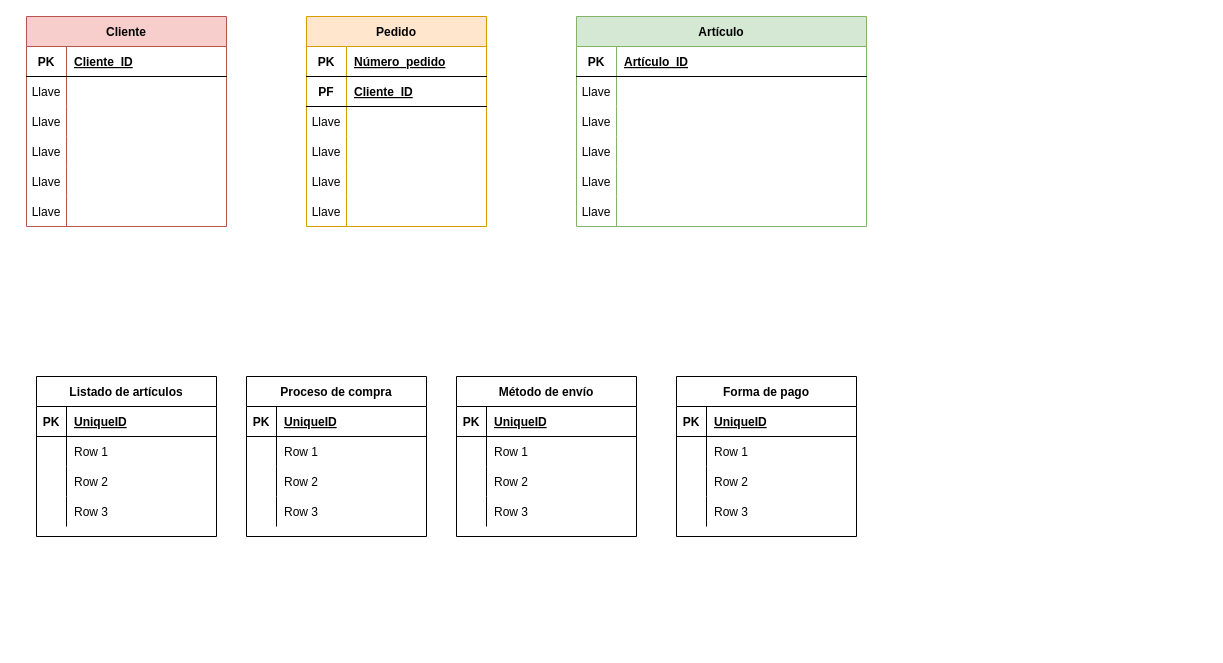
The draw.io diagram Untitled Diagram.drawio in fabrikolof/jap_repository, before the edit. Source tidied: cells renumbered, new cells numbered last; positions are measured from the earlier drawing's top-left corner, leaving out a move shared by most shapes. Both pictures are drawn from the tidied source at 100%, with x=0, y=0 at pixel (26, 16).
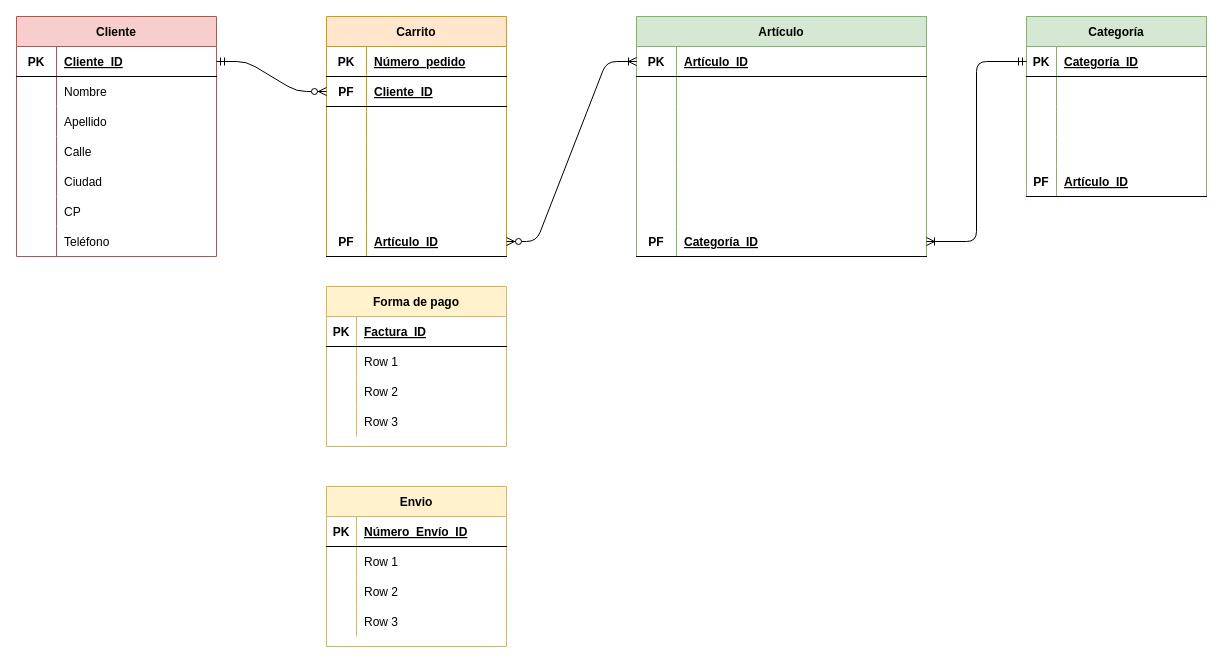
Above is the later version.

The change refers to these unchanged cells:
```xml
<mxCell id="3" style="shape=partialRectangle;fillColor=none;top=0;left=0;bottom=1;right=0;points=[[0,0.5],[1,0.5]];portConstraint=eastwest;" parent="2" vertex="1">
  <mxGeometry y="30" width="200" height="30" as="geometry" />
</mxCell>
<mxCell id="6" style="shape=partialRectangle;fillColor=none;top=0;left=0;bottom=0;right=0;" parent="2" vertex="1">
  <mxGeometry y="60" width="200" height="30" as="geometry" />
</mxCell>
<mxCell id="9" style="shape=partialRectangle;fillColor=none;top=0;left=0;bottom=0;right=0;" parent="2" vertex="1">
  <mxGeometry y="90" width="200" height="30" as="geometry" />
</mxCell>
<mxCell id="12" style="shape=partialRectangle;fillColor=none;top=0;left=0;bottom=0;right=0;" parent="2" vertex="1">
  <mxGeometry y="120" width="200" height="30" as="geometry" />
</mxCell>
<mxCell id="15" style="shape=partialRectangle;fillColor=none;top=0;left=0;bottom=0;right=0;" parent="2" vertex="1">
  <mxGeometry y="150" width="200" height="30" as="geometry" />
</mxCell>
<mxCell id="18" style="shape=partialRectangle;fillColor=none;top=0;left=0;bottom=0;right=0;" parent="2" vertex="1">
  <mxGeometry y="180" width="200" height="30" as="geometry" />
</mxCell>
<mxCell id="22" style="shape=partialRectangle;fillColor=none;top=0;left=0;bottom=1;right=0;points=[[0,0.5],[1,0.5]];portConstraint=eastwest;" parent="21" vertex="1">
  <mxGeometry y="30" width="290" height="30" as="geometry" />
</mxCell>
<mxCell id="25" style="shape=partialRectangle;fillColor=none;top=0;left=0;bottom=0;right=0;" parent="21" vertex="1">
  <mxGeometry y="60" width="290" height="30" as="geometry" />
</mxCell>
<mxCell id="28" style="shape=partialRectangle;fillColor=none;top=0;left=0;bottom=0;right=0;" parent="21" vertex="1">
  <mxGeometry y="90" width="290" height="30" as="geometry" />
</mxCell>
<mxCell id="31" style="shape=partialRectangle;fillColor=none;top=0;left=0;bottom=0;right=0;" parent="21" vertex="1">
  <mxGeometry y="120" width="290" height="30" as="geometry" />
</mxCell>
<mxCell id="34" style="shape=partialRectangle;fillColor=none;top=0;left=0;bottom=0;right=0;" parent="21" vertex="1">
  <mxGeometry y="150" width="290" height="30" as="geometry" />
</mxCell>
<mxCell id="37" style="shape=partialRectangle;fillColor=none;top=0;left=0;bottom=0;right=0;" parent="21" vertex="1">
  <mxGeometry y="180" width="290" height="30" as="geometry" />
</mxCell>
<mxCell id="44" style="shape=partialRectangle;fillColor=none;top=0;left=0;bottom=1;right=0;points=[[0,0.5],[1,0.5]];portConstraint=eastwest;" parent="40" vertex="1">
  <mxGeometry y="60" width="180" height="30" as="geometry" />
</mxCell>
<mxCell id="47" style="shape=partialRectangle;fillColor=none;top=0;left=0;bottom=0;right=0;" parent="40" vertex="1">
  <mxGeometry y="90" width="180" height="30" as="geometry" />
</mxCell>
<mxCell id="50" style="shape=partialRectangle;fillColor=none;top=0;left=0;bottom=0;right=0;" parent="40" vertex="1">
  <mxGeometry y="120" width="180" height="30" as="geometry" />
</mxCell>
<mxCell id="53" style="shape=partialRectangle;fillColor=none;top=0;left=0;bottom=0;right=0;" parent="40" vertex="1">
  <mxGeometry y="150" width="180" height="30" as="geometry" />
</mxCell>
<mxCell id="56" style="shape=partialRectangle;fillColor=none;top=0;left=0;bottom=0;right=0;" parent="40" vertex="1">
  <mxGeometry y="180" width="180" height="30" as="geometry" />
</mxCell>
<mxCell id="60" style="shape=partialRectangle;fillColor=none;top=0;left=0;bottom=1;right=0;points=[[0,0.5],[1,0.5]];portConstraint=eastwest;" parent="59" vertex="1">
  <mxGeometry y="30" width="180" height="30" as="geometry" />
</mxCell>
<mxCell id="63" style="shape=partialRectangle;fillColor=none;top=0;left=0;bottom=0;right=0;" parent="59" vertex="1">
  <mxGeometry y="60" width="180" height="30" as="geometry" />
</mxCell>
<mxCell id="66" style="shape=partialRectangle;fillColor=none;top=0;left=0;bottom=0;right=0;" parent="59" vertex="1">
  <mxGeometry y="90" width="180" height="30" as="geometry" />
</mxCell>
<mxCell id="69" style="shape=partialRectangle;fillColor=none;top=0;left=0;bottom=0;right=0;" parent="59" vertex="1">
  <mxGeometry y="120" width="180" height="30" as="geometry" />
</mxCell>
<mxCell id="86" style="shape=partialRectangle;fillColor=none;top=0;left=0;bottom=1;right=0;" parent="85" vertex="1">
  <mxGeometry y="30" width="180" height="30" as="geometry" />
</mxCell>
<mxCell id="99" style="shape=partialRectangle;fillColor=none;top=0;left=0;bottom=1;right=0;" parent="98" vertex="1">
  <mxGeometry y="30" width="180" height="30" as="geometry" />
</mxCell>
```

Diff of the diagram source:
```diff
@@
     <mxCell id="2" value="Cliente" style="shape=table;startSize=30;childLayout=tableLayout;rowLines=0;fontStyle=1;align=center;fillColor=#f8cecc;strokeColor=#b85450;" parent="1" vertex="1">
-      <mxGeometry width="200" height="210" as="geometry" />
+      <mxGeometry x="-10" width="200" height="240" as="geometry" />
     </mxCell>
@@
-    <mxCell id="7" value="Llave" style="shape=partialRectangle;fillColor=none;top=0;left=0;bottom=0;right=0;overflow=hidden;" parent="6" vertex="1">
+    <mxCell id="7" style="shape=partialRectangle;fillColor=none;top=0;left=0;bottom=0;right=0;overflow=hidden;" parent="6" vertex="1">
       <mxGeometry width="40" height="30" as="geometry" />
     </mxCell>
-    <mxCell id="8" style="shape=partialRectangle;fillColor=none;top=0;left=0;bottom=0;right=0;align=left;spacingLeft=6;overflow=hidden;" parent="6" vertex="1">
+    <mxCell id="8" value="Nombre" style="shape=partialRectangle;fillColor=none;top=0;left=0;bottom=0;right=0;align=left;spacingLeft=6;overflow=hidden;" parent="6" vertex="1">
       <mxGeometry x="40" width="160" height="30" as="geometry" />
     </mxCell>
@@
-    <mxCell id="10" value="Llave" style="shape=partialRectangle;fillColor=none;top=0;left=0;bottom=0;right=0;overflow=hidden;" parent="9" vertex="1">
+    <mxCell id="10" style="shape=partialRectangle;fillColor=none;top=0;left=0;bottom=0;right=0;overflow=hidden;" parent="9" vertex="1">
       <mxGeometry width="40" height="30" as="geometry" />
     </mxCell>
-    <mxCell id="11" style="shape=partialRectangle;fillColor=none;top=0;left=0;bottom=0;right=0;align=left;spacingLeft=6;overflow=hidden;" parent="9" vertex="1">
+    <mxCell id="11" value="Apellido" style="shape=partialRectangle;fillColor=none;top=0;left=0;bottom=0;right=0;align=left;spacingLeft=6;overflow=hidden;" parent="9" vertex="1">
       <mxGeometry x="40" width="160" height="30" as="geometry" />
     </mxCell>
@@
-    <mxCell id="13" value="Llave" style="shape=partialRectangle;fillColor=none;top=0;left=0;bottom=0;right=0;overflow=hidden;" parent="12" vertex="1">
+    <mxCell id="13" style="shape=partialRectangle;fillColor=none;top=0;left=0;bottom=0;right=0;overflow=hidden;" parent="12" vertex="1">
       <mxGeometry width="40" height="30" as="geometry" />
     </mxCell>
-    <mxCell id="14" style="shape=partialRectangle;fillColor=none;top=0;left=0;bottom=0;right=0;align=left;spacingLeft=6;overflow=hidden;" parent="12" vertex="1">
+    <mxCell id="14" value="Calle" style="shape=partialRectangle;fillColor=none;top=0;left=0;bottom=0;right=0;align=left;spacingLeft=6;overflow=hidden;" parent="12" vertex="1">
       <mxGeometry x="40" width="160" height="30" as="geometry" />
     </mxCell>
@@
-    <mxCell id="16" value="Llave" style="shape=partialRectangle;fillColor=none;top=0;left=0;bottom=0;right=0;overflow=hidden;" parent="15" vertex="1">
+    <mxCell id="16" style="shape=partialRectangle;fillColor=none;top=0;left=0;bottom=0;right=0;overflow=hidden;" parent="15" vertex="1">
       <mxGeometry width="40" height="30" as="geometry" />
     </mxCell>
-    <mxCell id="17" style="shape=partialRectangle;fillColor=none;top=0;left=0;bottom=0;right=0;align=left;spacingLeft=6;overflow=hidden;" parent="15" vertex="1">
+    <mxCell id="17" value="Ciudad" style="shape=partialRectangle;fillColor=none;top=0;left=0;bottom=0;right=0;align=left;spacingLeft=6;overflow=hidden;" parent="15" vertex="1">
       <mxGeometry x="40" width="160" height="30" as="geometry" />
     </mxCell>
@@
-    <mxCell id="19" value="Llave" style="shape=partialRectangle;fillColor=none;top=0;left=0;bottom=0;right=0;overflow=hidden;" parent="18" vertex="1">
+    <mxCell id="19" style="shape=partialRectangle;fillColor=none;top=0;left=0;bottom=0;right=0;overflow=hidden;" parent="18" vertex="1">
       <mxGeometry width="40" height="30" as="geometry" />
     </mxCell>
-    <mxCell id="20" style="shape=partialRectangle;fillColor=none;top=0;left=0;bottom=0;right=0;align=left;spacingLeft=6;overflow=hidden;" parent="18" vertex="1">
+    <mxCell id="20" value="CP" style="shape=partialRectangle;fillColor=none;top=0;left=0;bottom=0;right=0;align=left;spacingLeft=6;overflow=hidden;" parent="18" vertex="1">
       <mxGeometry x="40" width="160" height="30" as="geometry" />
     </mxCell>
+    <mxCell id="111" style="shape=partialRectangle;fillColor=none;top=0;left=0;bottom=0;right=0;" parent="2" vertex="1">
+      <mxGeometry y="210" width="200" height="30" as="geometry" />
+    </mxCell>
+    <mxCell id="112" style="shape=partialRectangle;fillColor=none;top=0;left=0;bottom=0;right=0;overflow=hidden;" parent="111" vertex="1">
+      <mxGeometry width="40" height="30" as="geometry" />
+    </mxCell>
+    <mxCell id="113" value="Teléfono" style="shape=partialRectangle;fillColor=none;top=0;left=0;bottom=0;right=0;align=left;spacingLeft=6;overflow=hidden;" parent="111" vertex="1">
+      <mxGeometry x="40" width="160" height="30" as="geometry" />
+    </mxCell>
     <mxCell id="21" value="Artículo" style="shape=table;startSize=30;childLayout=tableLayout;rowLines=0;fontStyle=1;align=center;fillColor=#d5e8d4;strokeColor=#82b366;" parent="1" vertex="1">
-      <mxGeometry x="550" width="290" height="210" as="geometry" />
+      <mxGeometry x="610" width="290" height="240" as="geometry" />
     </mxCell>
@@
-    <mxCell id="26" value="Llave" style="shape=partialRectangle;fillColor=none;top=0;left=0;bottom=0;right=0;overflow=hidden;" parent="25" vertex="1">
+    <mxCell id="26" style="shape=partialRectangle;fillColor=none;top=0;left=0;bottom=0;right=0;overflow=hidden;" parent="25" vertex="1">
       <mxGeometry width="40" height="30" as="geometry" />
     </mxCell>
@@
-    <mxCell id="29" value="Llave" style="shape=partialRectangle;fillColor=none;top=0;left=0;bottom=0;right=0;overflow=hidden;" parent="28" vertex="1">
+    <mxCell id="29" style="shape=partialRectangle;fillColor=none;top=0;left=0;bottom=0;right=0;overflow=hidden;" parent="28" vertex="1">
       <mxGeometry width="40" height="30" as="geometry" />
     </mxCell>
@@
-    <mxCell id="32" value="Llave" style="shape=partialRectangle;fillColor=none;top=0;left=0;bottom=0;right=0;overflow=hidden;" parent="31" vertex="1">
+    <mxCell id="32" style="shape=partialRectangle;fillColor=none;top=0;left=0;bottom=0;right=0;overflow=hidden;" parent="31" vertex="1">
       <mxGeometry width="40" height="30" as="geometry" />
     </mxCell>
@@
-    <mxCell id="35" value="Llave" style="shape=partialRectangle;fillColor=none;top=0;left=0;bottom=0;right=0;overflow=hidden;" parent="34" vertex="1">
+    <mxCell id="35" style="shape=partialRectangle;fillColor=none;top=0;left=0;bottom=0;right=0;overflow=hidden;" parent="34" vertex="1">
       <mxGeometry width="40" height="30" as="geometry" />
     </mxCell>
@@
-    <mxCell id="38" value="Llave" style="shape=partialRectangle;fillColor=none;top=0;left=0;bottom=0;right=0;overflow=hidden;" parent="37" vertex="1">
+    <mxCell id="38" style="shape=partialRectangle;fillColor=none;top=0;left=0;bottom=0;right=0;overflow=hidden;" parent="37" vertex="1">
       <mxGeometry width="40" height="30" as="geometry" />
     </mxCell>
@@
+    <mxCell id="114" style="shape=partialRectangle;fillColor=none;top=0;left=0;bottom=1;right=0;points=[[0,0.5],[1,0.5]];portConstraint=eastwest;" parent="21" vertex="1">
+      <mxGeometry y="210" width="290" height="30" as="geometry" />
+    </mxCell>
+    <mxCell id="115" value="PF" style="shape=partialRectangle;fillColor=none;top=0;left=0;bottom=0;right=0;fontStyle=1;overflow=hidden;" parent="114" vertex="1">
+      <mxGeometry width="40" height="30" as="geometry" />
+    </mxCell>
+    <mxCell id="116" value="Categoría_ID" style="shape=partialRectangle;fillColor=none;top=0;left=0;bottom=0;right=0;align=left;spacingLeft=6;fontStyle=5;overflow=hidden;" parent="114" vertex="1">
+      <mxGeometry x="40" width="250" height="30" as="geometry" />
+    </mxCell>
-    <mxCell id="40" value="Pedido" style="shape=table;startSize=30;childLayout=tableLayout;rowLines=0;fontStyle=1;align=center;fillColor=#ffe6cc;strokeColor=#d79b00;" parent="1" vertex="1">
-      <mxGeometry x="280" width="180" height="210" as="geometry" />
+    <mxCell id="40" value="Carrito" style="shape=table;startSize=30;childLayout=tableLayout;rowLines=0;fontStyle=1;align=center;fillColor=#ffe6cc;strokeColor=#d79b00;" parent="1" vertex="1">
+      <mxGeometry x="300" width="180" height="240" as="geometry" />
     </mxCell>
@@
-    <mxCell id="48" value="Llave" style="shape=partialRectangle;fillColor=none;top=0;left=0;bottom=0;right=0;overflow=hidden;" parent="47" vertex="1">
+    <mxCell id="48" style="shape=partialRectangle;fillColor=none;top=0;left=0;bottom=0;right=0;overflow=hidden;" parent="47" vertex="1">
       <mxGeometry width="40" height="30" as="geometry" />
     </mxCell>
@@
-    <mxCell id="51" value="Llave" style="shape=partialRectangle;fillColor=none;top=0;left=0;bottom=0;right=0;overflow=hidden;" parent="50" vertex="1">
+    <mxCell id="51" style="shape=partialRectangle;fillColor=none;top=0;left=0;bottom=0;right=0;overflow=hidden;" parent="50" vertex="1">
       <mxGeometry width="40" height="30" as="geometry" />
     </mxCell>
@@
-    <mxCell id="54" value="Llave" style="shape=partialRectangle;fillColor=none;top=0;left=0;bottom=0;right=0;overflow=hidden;" parent="53" vertex="1">
+    <mxCell id="54" style="shape=partialRectangle;fillColor=none;top=0;left=0;bottom=0;right=0;overflow=hidden;" parent="53" vertex="1">
       <mxGeometry width="40" height="30" as="geometry" />
     </mxCell>
@@
-    <mxCell id="57" value="Llave" style="shape=partialRectangle;fillColor=none;top=0;left=0;bottom=0;right=0;overflow=hidden;" parent="56" vertex="1">
+    <mxCell id="57" style="shape=partialRectangle;fillColor=none;top=0;left=0;bottom=0;right=0;overflow=hidden;" parent="56" vertex="1">
       <mxGeometry width="40" height="30" as="geometry" />
     </mxCell>
@@
+    <mxCell id="117" style="shape=partialRectangle;fillColor=none;top=0;left=0;bottom=1;right=0;points=[[0,0.5],[1,0.5]];portConstraint=eastwest;" parent="40" vertex="1">
+      <mxGeometry y="210" width="180" height="30" as="geometry" />
+    </mxCell>
+    <mxCell id="118" value="PF" style="shape=partialRectangle;fillColor=none;top=0;left=0;bottom=0;right=0;fontStyle=1;overflow=hidden;" parent="117" vertex="1">
+      <mxGeometry width="40" height="30" as="geometry" />
+    </mxCell>
+    <mxCell id="119" value="Artículo_ID" style="shape=partialRectangle;fillColor=none;top=0;left=0;bottom=0;right=0;align=left;spacingLeft=6;fontStyle=5;overflow=hidden;" parent="117" vertex="1">
+      <mxGeometry x="40" width="140" height="30" as="geometry" />
+    </mxCell>
-    <mxCell id="59" value="Listado de artículos" style="shape=table;startSize=30;childLayout=tableLayout;rowLines=0;fontStyle=1;align=center;gradientColor=none;" parent="1" vertex="1">
-      <mxGeometry x="10" y="360" width="180" height="160" as="geometry" />
+    <mxCell id="59" value="Categoría" style="shape=table;startSize=30;childLayout=tableLayout;rowLines=0;fontStyle=1;align=center;fillColor=#d5e8d4;strokeColor=#82b366;" parent="1" vertex="1">
+      <mxGeometry x="1000" width="180" height="180" as="geometry" />
     </mxCell>
@@
-    <mxCell id="62" value="UniqueID" style="shape=partialRectangle;fillColor=none;top=0;left=0;bottom=0;right=0;align=left;spacingLeft=6;fontStyle=5;overflow=hidden;" parent="60" vertex="1">
+    <mxCell id="62" value="Categoría_ID" style="shape=partialRectangle;fillColor=none;top=0;left=0;bottom=0;right=0;align=left;spacingLeft=6;fontStyle=5;overflow=hidden;" parent="60" vertex="1">
       <mxGeometry x="30" width="150" height="30" as="geometry" />
     </mxCell>
@@
-    <mxCell id="65" value="Row 1" style="shape=partialRectangle;fillColor=none;top=0;left=0;bottom=0;right=0;align=left;spacingLeft=6;overflow=hidden;" parent="63" vertex="1">
+    <mxCell id="65" style="shape=partialRectangle;fillColor=none;top=0;left=0;bottom=0;right=0;align=left;spacingLeft=6;overflow=hidden;" parent="63" vertex="1">
       <mxGeometry x="30" width="150" height="30" as="geometry" />
     </mxCell>
@@
-    <mxCell id="68" value="Row 2" style="shape=partialRectangle;fillColor=none;top=0;left=0;bottom=0;right=0;align=left;spacingLeft=6;overflow=hidden;" parent="66" vertex="1">
+    <mxCell id="68" style="shape=partialRectangle;fillColor=none;top=0;left=0;bottom=0;right=0;align=left;spacingLeft=6;overflow=hidden;" parent="66" vertex="1">
       <mxGeometry x="30" width="150" height="30" as="geometry" />
     </mxCell>
@@
-    <mxCell id="71" value="Row 3" style="shape=partialRectangle;fillColor=none;top=0;left=0;bottom=0;right=0;align=left;spacingLeft=6;overflow=hidden;" parent="69" vertex="1">
+    <mxCell id="71" style="shape=partialRectangle;fillColor=none;top=0;left=0;bottom=0;right=0;align=left;spacingLeft=6;overflow=hidden;" parent="69" vertex="1">
       <mxGeometry x="30" width="150" height="30" as="geometry" />
     </mxCell>
-    <mxCell id="72" value="Proceso de compra" style="shape=table;startSize=30;childLayout=tableLayout;rowLines=0;fontStyle=1;align=center;gradientColor=none;" parent="1" vertex="1">
-      <mxGeometry x="220" y="360" width="180" height="160" as="geometry" />
-    </mxCell>
-    <mxCell id="73" style="shape=partialRectangle;fillColor=none;top=0;left=0;bottom=1;right=0;" parent="72" vertex="1">
-      <mxGeometry y="30" width="180" height="30" as="geometry" />
-    </mxCell>
-    <mxCell id="74" value="PK" style="shape=partialRectangle;fillColor=none;top=0;left=0;bottom=0;right=0;fontStyle=1;overflow=hidden;" parent="73" vertex="1">
-      <mxGeometry width="30" height="30" as="geometry" />
-    </mxCell>
-    <mxCell id="75" value="UniqueID" style="shape=partialRectangle;fillColor=none;top=0;left=0;bottom=0;right=0;align=left;spacingLeft=6;fontStyle=5;overflow=hidden;" parent="73" vertex="1">
-      <mxGeometry x="30" width="150" height="30" as="geometry" />
-    </mxCell>
-    <mxCell id="76" style="shape=partialRectangle;fillColor=none;top=0;left=0;bottom=0;right=0;" parent="72" vertex="1">
-      <mxGeometry y="60" width="180" height="30" as="geometry" />
-    </mxCell>
-    <mxCell id="77" style="shape=partialRectangle;fillColor=none;top=0;left=0;bottom=0;right=0;overflow=hidden;" parent="76" vertex="1">
-      <mxGeometry width="30" height="30" as="geometry" />
-    </mxCell>
-    <mxCell id="78" value="Row 1" style="shape=partialRectangle;fillColor=none;top=0;left=0;bottom=0;right=0;align=left;spacingLeft=6;overflow=hidden;" parent="76" vertex="1">
-      <mxGeometry x="30" width="150" height="30" as="geometry" />
-    </mxCell>
-    <mxCell id="79" style="shape=partialRectangle;fillColor=none;top=0;left=0;bottom=0;right=0;" parent="72" vertex="1">
-      <mxGeometry y="90" width="180" height="30" as="geometry" />
-    </mxCell>
-    <mxCell id="80" style="shape=partialRectangle;fillColor=none;top=0;left=0;bottom=0;right=0;overflow=hidden;" parent="79" vertex="1">
-      <mxGeometry width="30" height="30" as="geometry" />
-    </mxCell>
-    <mxCell id="81" value="Row 2" style="shape=partialRectangle;fillColor=none;top=0;left=0;bottom=0;right=0;align=left;spacingLeft=6;overflow=hidden;" parent="79" vertex="1">
-      <mxGeometry x="30" width="150" height="30" as="geometry" />
-    </mxCell>
-    <mxCell id="82" style="shape=partialRectangle;fillColor=none;top=0;left=0;bottom=0;right=0;" parent="72" vertex="1">
-      <mxGeometry y="120" width="180" height="30" as="geometry" />
-    </mxCell>
-    <mxCell id="83" style="shape=partialRectangle;fillColor=none;top=0;left=0;bottom=0;right=0;overflow=hidden;" parent="82" vertex="1">
-      <mxGeometry width="30" height="30" as="geometry" />
-    </mxCell>
-    <mxCell id="84" value="Row 3" style="shape=partialRectangle;fillColor=none;top=0;left=0;bottom=0;right=0;align=left;spacingLeft=6;overflow=hidden;" parent="82" vertex="1">
-      <mxGeometry x="30" width="150" height="30" as="geometry" />
-    </mxCell>
+    <mxCell id="120" style="shape=partialRectangle;fillColor=none;top=0;left=0;bottom=1;right=0;" parent="59" vertex="1">
+      <mxGeometry y="150" width="180" height="30" as="geometry" />
+    </mxCell>
+    <mxCell id="121" value="PF" style="shape=partialRectangle;fillColor=none;top=0;left=0;bottom=0;right=0;fontStyle=1;overflow=hidden;" parent="120" vertex="1">
+      <mxGeometry width="30" height="30" as="geometry" />
+    </mxCell>
+    <mxCell id="122" value="Artículo_ID" style="shape=partialRectangle;fillColor=none;top=0;left=0;bottom=0;right=0;align=left;spacingLeft=6;fontStyle=5;overflow=hidden;" parent="120" vertex="1">
+      <mxGeometry x="30" width="150" height="30" as="geometry" />
+    </mxCell>
-    <mxCell id="85" value="Método de envío" style="shape=table;startSize=30;childLayout=tableLayout;rowLines=0;fontStyle=1;align=center;gradientColor=none;" parent="1" vertex="1">
-      <mxGeometry x="430" y="360" width="180" height="160" as="geometry" />
+    <mxCell id="85" value="Envio" style="shape=table;startSize=30;childLayout=tableLayout;rowLines=0;fontStyle=1;align=center;fillColor=#fff2cc;strokeColor=#d6b656;" parent="1" vertex="1">
+      <mxGeometry x="300" y="470" width="180" height="160" as="geometry" />
     </mxCell>
@@
-    <mxCell id="88" value="UniqueID" style="shape=partialRectangle;fillColor=none;top=0;left=0;bottom=0;right=0;align=left;spacingLeft=6;fontStyle=5;overflow=hidden;" parent="86" vertex="1">
+    <mxCell id="88" value="Número_Envío_ID" style="shape=partialRectangle;fillColor=none;top=0;left=0;bottom=0;right=0;align=left;spacingLeft=6;fontStyle=5;overflow=hidden;" parent="86" vertex="1">
       <mxGeometry x="30" width="150" height="30" as="geometry" />
     </mxCell>
@@
-    <mxCell id="98" value="Forma de pago" style="shape=table;startSize=30;childLayout=tableLayout;rowLines=0;fontStyle=1;align=center;gradientColor=none;" parent="1" vertex="1">
-      <mxGeometry x="650" y="360" width="180" height="160" as="geometry" />
+    <mxCell id="98" value="Forma de pago" style="shape=table;startSize=30;childLayout=tableLayout;rowLines=0;fontStyle=1;align=center;fillColor=#fff2cc;strokeColor=#d6b656;" parent="1" vertex="1">
+      <mxGeometry x="300" y="270" width="180" height="160" as="geometry" />
     </mxCell>
@@
-    <mxCell id="101" value="UniqueID" style="shape=partialRectangle;fillColor=none;top=0;left=0;bottom=0;right=0;align=left;spacingLeft=6;fontStyle=5;overflow=hidden;" parent="99" vertex="1">
+    <mxCell id="101" value="Factura_ID" style="shape=partialRectangle;fillColor=none;top=0;left=0;bottom=0;right=0;align=left;spacingLeft=6;fontStyle=5;overflow=hidden;" parent="99" vertex="1">
       <mxGeometry x="30" width="150" height="30" as="geometry" />
     </mxCell>
@@
+    <mxCell id="123" style="edgeStyle=entityRelationEdgeStyle;fontSize=12;html=1;endArrow=ERzeroToMany;startArrow=ERmandOne;exitX=1;exitY=0.5;exitDx=0;exitDy=0;" parent="1" edge="1" source="3" target="44">
+      <mxGeometry relative="1" as="geometry" />
+    </mxCell>
+    <mxCell id="124" style="edgeStyle=entityRelationEdgeStyle;fontSize=12;html=1;endArrow=ERoneToMany;exitX=1;exitY=0.5;exitDx=0;exitDy=0;startArrow=ERzeroToMany;startFill=1;" parent="1" edge="1" source="117" target="22">
+      <mxGeometry relative="1" as="geometry" />
+    </mxCell>
+    <mxCell id="125" style="rounded=1;jettySize=auto;html=1;entryX=0;entryY=0.5;entryDx=0;entryDy=0;startArrow=ERoneToMany;startFill=0;endArrow=ERmandOne;endFill=0;edgeStyle=orthogonalEdgeStyle;exitX=1;exitY=0.5;exitDx=0;exitDy=0;" parent="1" edge="1" source="114" target="60">
+      <mxGeometry relative="1" as="geometry" />
+    </mxCell>
```
